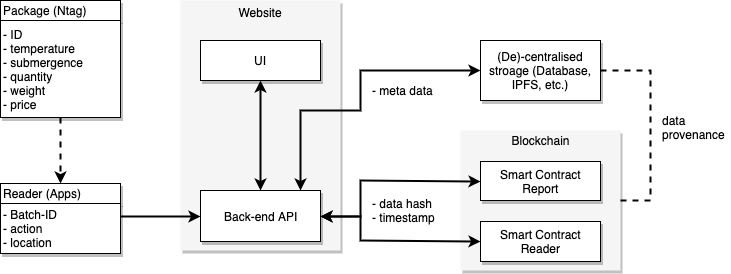
dricp-swinburne/supplychaindemo keeps this draw.io diagram as supply_chain_demo.png. Above is the earlier version. Source tidied: cells renumbered, new cells last; positions are measured from the earlier drawing's top-left corner, leaving out a move shared by most shapes.
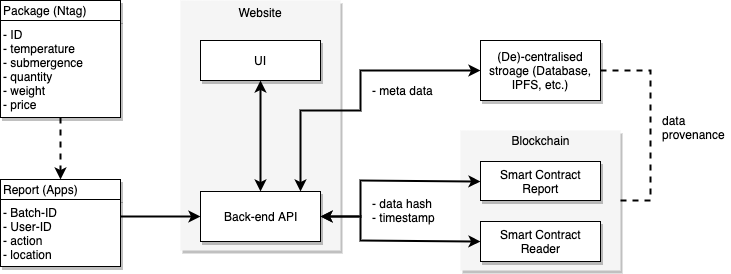
Later version of the same file.

The edit, as a diff of the source:
```diff
@@ -8,9 +8,9 @@
     <mxCell id="3" style="rounded=0;whiteSpace=wrap;html=1;shadow=1;align=left;strokeColor=none;fillColor=#f5f5f5;fontColor=#333333;" parent="1" vertex="1">
       <mxGeometry x="180" width="160" height="250" as="geometry" />
     </mxCell>
-    <mxCell id="4" style="edgeStyle=orthogonalEdgeStyle;rounded=0;jettySize=auto;html=1;exitX=1;exitY=0.25;exitDx=0;exitDy=0;entryX=0;entryY=0.5;entryDx=0;entryDy=0;shadow=0;strokeWidth=2;" parent="1" edge="1" source="22" target="16">
-      <mxGeometry relative="1" as="geometry" />
-    </mxCell>
+    <mxCell id="28" style="edgeStyle=orthogonalEdgeStyle;rounded=0;jettySize=auto;html=1;exitX=1;exitY=0.25;exitDx=0;exitDy=0;entryX=0;entryY=0.5;entryDx=0;entryDy=0;shadow=0;strokeWidth=2;" parent="1" edge="1" source="32" target="16">
+      <mxGeometry relative="1" as="geometry" />
+    </mxCell>
     <mxCell id="5" value="Smart Contract&lt;br&gt;Report" style="html=1;align=center;shadow=1;" parent="1" vertex="1">
       <mxGeometry x="480" y="161" width="120" height="39" as="geometry" />
     </mxCell>
@@ -56,7 +56,7 @@
       <mxGeometry y="20" width="120" height="97" as="geometry" />
     </mxCell>
     <mxCell id="16" value="Back-end API" style="html=1;align=center;shadow=1;" parent="1" vertex="1">
-      <mxGeometry x="200" y="190" width="120" height="51" as="geometry" />
+      <mxGeometry x="200" y="191" width="120" height="50" as="geometry" />
     </mxCell>
     <mxCell id="17" value="UI" style="html=1;align=center;shadow=1;" parent="1" vertex="1">
       <mxGeometry x="200" y="40" width="120" height="40" as="geometry" />
@@ -67,18 +67,9 @@
     <mxCell id="19" value="Website" style="text;html=1;strokeColor=none;fillColor=none;align=center;verticalAlign=middle;whiteSpace=wrap;rounded=0;shadow=1;" parent="1" vertex="1">
       <mxGeometry x="240" y="1.5" width="40" height="20" as="geometry" />
     </mxCell>
-    <mxCell id="20" style="group;" parent="1" vertex="1">
-      <mxGeometry y="183" width="120" height="70" as="geometry" />
-    </mxCell>
-    <mxCell id="21" value="Reader (Apps)" style="html=1;align=left;shadow=1;" parent="20" vertex="1">
-      <mxGeometry width="120" height="20" as="geometry" />
-    </mxCell>
-    <mxCell id="22" value="- Batch-ID&lt;br&gt;- action&lt;br&gt;- location" style="html=1;align=left;shadow=1;" parent="20" vertex="1">
-      <mxGeometry y="20" width="120" height="50" as="geometry" />
-    </mxCell>
-    <mxCell id="23" style="edgeStyle=orthogonalEdgeStyle;rounded=0;jettySize=auto;html=1;exitX=0.5;exitY=1;exitDx=0;exitDy=0;strokeWidth=2;dashed=1;entryX=0.5;entryY=0;entryDx=0;entryDy=0;" parent="1" edge="1" source="15" target="21">
-      <mxGeometry relative="1" as="geometry" />
-    </mxCell>
+    <mxCell id="29" style="edgeStyle=orthogonalEdgeStyle;rounded=0;jettySize=auto;html=1;exitX=0.5;exitY=1;exitDx=0;exitDy=0;strokeWidth=2;dashed=1;entryX=0.5;entryY=0;entryDx=0;entryDy=0;" parent="1" edge="1" source="15" target="31">
+      <mxGeometry relative="1" as="geometry" />
+    </mxCell>
     <mxCell id="24" value="Blockchain" style="text;html=1;strokeColor=none;fillColor=none;align=center;verticalAlign=middle;whiteSpace=wrap;rounded=0;shadow=1;" parent="1" vertex="1">
       <mxGeometry x="520" y="130" width="40" height="20" as="geometry" />
     </mxCell>
@@ -102,5 +93,14 @@
     <mxCell id="27" value="data provenance" style="text;html=1;strokeColor=none;fillColor=none;align=left;verticalAlign=middle;whiteSpace=wrap;rounded=0;" parent="1" vertex="1">
       <mxGeometry x="660" y="117" width="70" height="20" as="geometry" />
     </mxCell>
+    <mxCell id="30" style="group;" parent="1" vertex="1">
+      <mxGeometry y="179" width="120" height="87" as="geometry" />
+    </mxCell>
+    <mxCell id="31" value="Report (Apps)" style="html=1;align=left;shadow=1;" parent="30" vertex="1">
+      <mxGeometry width="120" height="20" as="geometry" />
+    </mxCell>
+    <mxCell id="32" value="- Batch-ID&lt;br&gt;- User-ID&lt;br&gt;- action&lt;br&gt;- location" style="html=1;align=left;shadow=1;" parent="30" vertex="1">
+      <mxGeometry y="20" width="120" height="67" as="geometry" />
+    </mxCell>
   </root>
 </mxGraphModel>
```
